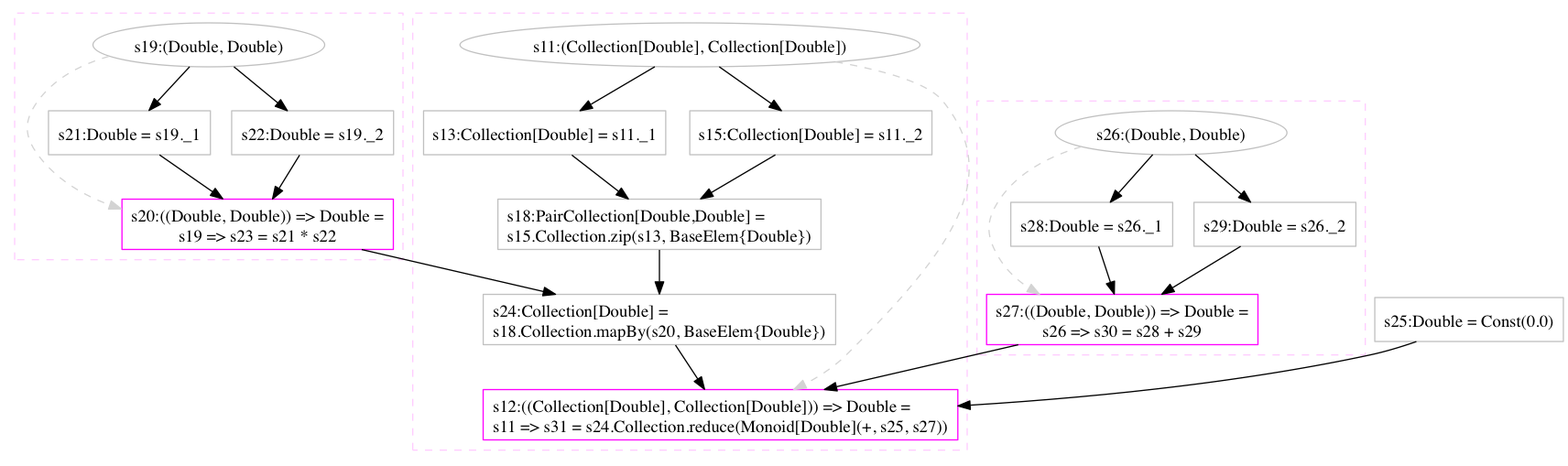
The Graphviz diagram graphs/vvm_1_enable_invoke_all.dot.png in scalan/scalan.github.io, before a commit. Its source is kept beside it as graphs/vvm_1_enable_invoke_all.dot. Its diagram source:
```dot
digraph "vvm_1_enable_invoke_all.dot" {
concentrate=true

subgraph cluster_s20 {
style=dashed; color="#FFCCFF"
"s19" [
label="s19:(Double, Double)"
color=gray
]
"s20" [
label="s20:((Double, Double)) => Double =\ls19 => s23 = s21 * s22"
shape=box,color=magenta,tooltip="s20:((Double, Double)) => Double"
]
{rank=source; s19}
"s21" [
label="s21:Double = s19._1"
shape=box,color=gray,tooltip="s21:Double"
]
"s22" [
label="s22:Double = s19._2"
shape=box,color=gray,tooltip="s22:Double"
]
{rank=sink; s20}
}
subgraph cluster_s27 {
style=dashed; color="#FFCCFF"
"s26" [
label="s26:(Double, Double)"
color=gray
]
"s27" [
label="s27:((Double, Double)) => Double =\ls26 => s30 = s28 + s29"
shape=box,color=magenta,tooltip="s27:((Double, Double)) => Double"
]
{rank=source; s26}
"s28" [
label="s28:Double = s26._1"
shape=box,color=gray,tooltip="s28:Double"
]
"s29" [
label="s29:Double = s26._2"
shape=box,color=gray,tooltip="s29:Double"
]
{rank=sink; s27}
}
"s25" [
label="s25:Double = Const(0.0)"
shape=box,color=gray,tooltip="s25:Double"
]
subgraph cluster_s12 {
style=dashed; color="#FFCCFF"
"s11" [
label="s11:(Collection[Double], Collection[Double])"
color=gray
]
"s12" [
label="s12:((Collection[Double], Collection[Double])) => Double =\ls11 => s31 = s24.Collection.reduce(Monoid[Double](+, s25, s27))"
shape=box,color=magenta,tooltip="s12:((Collection[Double], Collection[Double])) => Double"
]
{rank=source; s11}
"s15" [
label="s15:Collection[Double] = s11._2"
shape=box,color=gray,tooltip="s15:Collection[Double]"
]
"s13" [
label="s13:Collection[Double] = s11._1"
shape=box,color=gray,tooltip="s13:Collection[Double]"
]
"s18" [
label="s18:PairCollection[Double,Double] =\ls15.Collection.zip(s13, BaseElem{Double})"
shape=box,color=gray,tooltip="s18:PairCollection[Double,Double]"
]
"s24" [
label="s24:Collection[Double] =\ls18.Collection.mapBy(s20, BaseElem{Double})"
shape=box,color=gray,tooltip="s24:Collection[Double]"
]
{rank=sink; s12}
}
"s18" -> "s24" [style=solid]
"s20" -> "s24" [style=solid]
"s19" -> "s20" [style=dashed, color=lightgray, weight=0]
"s21" -> "s20" [style=solid]
"s22" -> "s20" [style=solid]
"s26" -> "s27" [style=dashed, color=lightgray, weight=0]
"s28" -> "s27" [style=solid]
"s29" -> "s27" [style=solid]
"s11" -> "s13" [style=solid]
"s11" -> "s12" [style=dashed, color=lightgray, weight=0]
"s24" -> "s12" [style=solid]
"s25" -> "s12" [style=solid]
"s27" -> "s12" [style=solid]
"s11" -> "s15" [style=solid]
"s19" -> "s21" [style=solid]
"s26" -> "s28" [style=solid]
"s15" -> "s18" [style=solid]
"s13" -> "s18" [style=solid]
"s26" -> "s29" [style=solid]
"s19" -> "s22" [style=solid]
}
```
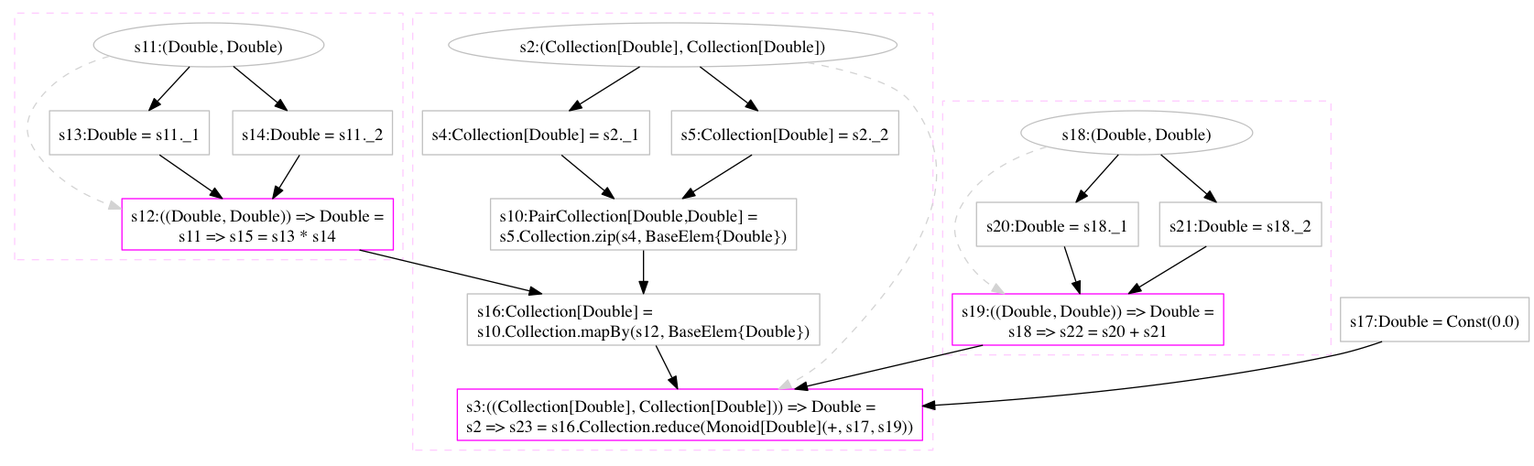
The same file after the commit.

Commit message:
example graph after method invocation

The edit, as a diff of the source:
```diff
@@ -1,99 +1,82 @@
-digraph "vvm_1_enable_invoke_all.dot" {
-concentrate=true
-
-subgraph cluster_s20 {
-style=dashed; color="#FFCCFF"
-"s19" [
-label="s19:(Double, Double)"
-color=gray
-]
-"s20" [
-label="s20:((Double, Double)) => Double =\ls19 => s23 = s21 * s22"
-shape=box,color=magenta,tooltip="s20:((Double, Double)) => Double"
-]
-{rank=source; s19}
-"s21" [
-label="s21:Double = s19._1"
-shape=box,color=gray,tooltip="s21:Double"
-]
-"s22" [
-label="s22:Double = s19._2"
-shape=box,color=gray,tooltip="s22:Double"
-]
-{rank=sink; s20}
+digraph "graph_s3_8199377588977121904.dot" {
+	graph [concentrate=true];
+	node [label="\N"];
+	graph [bb="0,0,1248,374"];
+	subgraph cluster_s12 {
+		graph [style=dashed,
+			color="#FFCCFF",
+			bb="596,164,914,366"];
+		{
+			graph [rank=source,
+				bb=""];
+			s11 [label="s11:(Double, Double)", color=gray, pos="755,340", width="2.6236", height="0.5"];
+		}
+		{
+			graph [rank=sink,
+				bb=""];
+			s12 [label="s12:((Double, Double)) => Double =\ls11 => s15 = s13 * s14", shape=box, color=magenta, tooltip="s12:((Double, Double)) => Double", pos="715,193", width="3.089", height="0.57778"];
+		}
+		s13 [label="s13:Double = s11._1", shape=box, color=gray, tooltip="s13:Double", pos="690,268", width="1.8186", height="0.5"];
+		s14 [label="s14:Double = s11._2", shape=box, color=gray, tooltip="s14:Double", pos="840,268", width="1.8186", height="0.5"];
+		s11 -> s14 [style=solid, pos="e,819.11,286.2 775.14,322.41 785.91,313.54 799.36,302.47 811.21,292.71"];
+		s11 -> s13 [style=solid, pos="e,706.04,286.28 739.27,322.05 731.4,313.58 721.73,303.17 713.04,293.82"];
+		s11 -> s12 [style=dashed, color=lightgray, weight=0, pos="e,656.65,213.64 673.65,330.73 651.05,324.25 628.91,313.08 615,294 603.48,278.2 605.11,266.87 615,250 622.72,236.83 634.79,226.53\
+ 647.91,218.56"];
+		s13 -> s12 [style=solid, pos="e,708.23,213.75 695.92,249.7 698.61,241.86 701.86,232.36 704.91,223.45"];
+		s14 -> s12 [style=solid, pos="e,748.99,213.85 810.69,249.88 794.96,240.7 775.28,229.2 757.86,219.03"];
+	}
+	subgraph cluster_s19 {
+		graph [style=dashed,
+			color="#FFCCFF",
+			bb="922,86,1240,294"];
+		{
+			graph [rank=source,
+				bb=""];
+			s18 [label="s18:(Double, Double)", color=gray, pos="1081,268", width="2.6424", height="0.5"];
+		}
+		{
+			graph [rank=sink,
+				bb=""];
+			s19 [label="s19:((Double, Double)) => Double =\ls18 => s22 = s20 + s21", shape=box, color=magenta, tooltip="s19:((Double, Double)) => Double", pos="1041,115", width="3.089", height="0.57778"];
+		}
+		s20 [label="s20:Double = s18._1", shape=box, color=gray, tooltip="s20:Double", pos="1016,193", width="1.8361", height="0.5"];
+		s21 [label="s21:Double = s18._2", shape=box, color=gray, tooltip="s21:Double", pos="1166,193", width="1.8361", height="0.5"];
+		s18 -> s20 [style=solid, pos="e,1031.2,211.09 1065.9,250.07 1057.6,240.74 1047.2,228.99 1038,218.65"];
+		s18 -> s19 [style=dashed, color=lightgray, weight=0, pos="e,973.26,135.72 1007.4,256.55 982.1,249.03 956.29,236.13 941,214 928.37,195.72 929.17,182.81 941,164 946.89,154.64 955.17,147.06\
+ 964.47,140.94"];
+		s20 -> s19 [style=solid, pos="e,1034.5,135.86 1021.7,174.75 1024.5,166.08 1028.1,155.33 1031.3,145.41"];
+		s21 -> s19 [style=solid, pos="e,1073.4,135.68 1137.9,174.94 1121.5,164.94 1100.4,152.12 1082.1,140.99"];
+		s18 -> s21 [style=solid, pos="e,1146.1,211.09 1100.7,250.07 1111.9,240.46 1126.1,228.29 1138.4,217.74"];
+	}
+	subgraph cluster_s3 {
+		graph [style=dashed,
+			color="#FFCCFF",
+			bb="162,8,588,366"];
+		{
+			graph [rank=source,
+				bb=""];
+			s2 [label="s2:(Collection[Double], Collection[Double])", color=gray, pos="375,340", width="5.0937", height="0.5"];
+		}
+		{
+			graph [rank=sink,
+				bb=""];
+			s3 [label="s3:((Collection[Double], Collection[Double])) => Double =\ls2 => s23 = s16.Collection.reduce(Monoid[Double](+, s17, s19))", shape=box, color=magenta, tooltip="s3:((Collection[Double], Collection[Double])) => Double", pos="389,37", width="5.2915", height="0.57778"];
+		}
+		s5 [label="s5:Collection[Double] = s2._2", shape=box, color=gray, tooltip="s5:Collection[Double]", pos="283,268", width="2.5836", height="0.5"];
+		s4 [label="s4:Collection[Double] = s2._1", shape=box, color=gray, tooltip="s4:Collection[Double]", pos="487,268", width="2.5836", height="0.5"];
+		s10 [label="s10:PairCollection[Double,Double] =\ls5.Collection.zip(s4, BaseElem{Double})", shape=box, color=gray, tooltip="s10:PairCollection[Double,Double]", pos="412,193", width="3.4796", height="0.57778"];
+		s16 [label="s16:Collection[Double] =\ls10.Collection.mapBy(s12, BaseElem{Double})", shape=box, color=gray, tooltip="s16:Collection[Double]", pos="412,115", width="4.0028", height="0.57778"];
+		s5 -> s10 [style=solid, pos="e,376.92,213.85 313.24,249.88 329.48,240.7 349.79,229.2 367.77,219.03"];
+		s4 -> s10 [style=solid, pos="e,432.3,213.75 469.23,249.7 460.39,241.1 449.51,230.51 439.62,220.88"];
+		s2 -> s4 [style=solid, pos="e,459.75,286.03 402.11,322.05 416.86,312.84 435.29,301.32 451.21,291.37"];
+		s2 -> s3 [style=dashed, color=lightgray, weight=0, pos="e,306.25,57.665 264.98,325.53 227.62,318.53 192.4,308.35 181,294 168.83,278.69 176.69,269.08 181,250 185.44,230.32 244.1,99.61 259\
+,86 269.9,76.045 283.03,68.105 296.72,61.786"];
+		s16 -> s3 [style=solid, pos="e,395,57.835 405.96,94.032 403.5,85.916 400.61,76.371 397.92,67.481"];
+		s2 -> s5 [style=solid, pos="e,305.38,286.03 352.73,322.05 340.95,313.09 326.31,301.96 313.5,292.2"];
+		s10 -> s16 [style=solid, pos="e,412,135.83 412,172.03 412,164.09 412,154.78 412,146.06"];
+	}
+	s17 [label="s17:Double = Const(0.0)", shape=box, color=gray, tooltip="s17:Double", pos="77,115", width="2.1455", height="0.5"];
+	s17 -> s3 [style=solid, pos="e,280.2,57.629 122.94,96.977 134.31,93.082 146.52,89.162 158,86 194.1,76.055 233.87,67.092 270.08,59.678"];
+	s19 -> s3 [style=solid, pos="e,557.44,57.635 929.66,101.02 830.35,89.446 683.2,72.293 567.48,58.804"];
+	s12 -> s16 [style=solid, pos="e,490.36,135.65 636.58,172.33 594.85,161.86 543.4,148.96 500.28,138.14"];
 }
-subgraph cluster_s27 {
-style=dashed; color="#FFCCFF"
-"s26" [
-label="s26:(Double, Double)"
-color=gray
-]
-"s27" [
-label="s27:((Double, Double)) => Double =\ls26 => s30 = s28 + s29"
-shape=box,color=magenta,tooltip="s27:((Double, Double)) => Double"
-]
-{rank=source; s26}
-"s28" [
-label="s28:Double = s26._1"
-shape=box,color=gray,tooltip="s28:Double"
-]
-"s29" [
-label="s29:Double = s26._2"
-shape=box,color=gray,tooltip="s29:Double"
-]
-{rank=sink; s27}
-}
-"s25" [
-label="s25:Double = Const(0.0)"
-shape=box,color=gray,tooltip="s25:Double"
-]
-subgraph cluster_s12 {
-style=dashed; color="#FFCCFF"
-"s11" [
-label="s11:(Collection[Double], Collection[Double])"
-color=gray
-]
-"s12" [
-label="s12:((Collection[Double], Collection[Double])) => Double =\ls11 => s31 = s24.Collection.reduce(Monoid[Double](+, s25, s27))"
-shape=box,color=magenta,tooltip="s12:((Collection[Double], Collection[Double])) => Double"
-]
-{rank=source; s11}
-"s15" [
-label="s15:Collection[Double] = s11._2"
-shape=box,color=gray,tooltip="s15:Collection[Double]"
-]
-"s13" [
-label="s13:Collection[Double] = s11._1"
-shape=box,color=gray,tooltip="s13:Collection[Double]"
-]
-"s18" [
-label="s18:PairCollection[Double,Double] =\ls15.Collection.zip(s13, BaseElem{Double})"
-shape=box,color=gray,tooltip="s18:PairCollection[Double,Double]"
-]
-"s24" [
-label="s24:Collection[Double] =\ls18.Collection.mapBy(s20, BaseElem{Double})"
-shape=box,color=gray,tooltip="s24:Collection[Double]"
-]
-{rank=sink; s12}
-}
-"s18" -> "s24" [style=solid]
-"s20" -> "s24" [style=solid]
-"s19" -> "s20" [style=dashed, color=lightgray, weight=0]
-"s21" -> "s20" [style=solid]
-"s22" -> "s20" [style=solid]
-"s26" -> "s27" [style=dashed, color=lightgray, weight=0]
-"s28" -> "s27" [style=solid]
-"s29" -> "s27" [style=solid]
-"s11" -> "s13" [style=solid]
-"s11" -> "s12" [style=dashed, color=lightgray, weight=0]
-"s24" -> "s12" [style=solid]
-"s25" -> "s12" [style=solid]
-"s27" -> "s12" [style=solid]
-"s11" -> "s15" [style=solid]
-"s19" -> "s21" [style=solid]
-"s26" -> "s28" [style=solid]
-"s15" -> "s18" [style=solid]
-"s13" -> "s18" [style=solid]
-"s26" -> "s29" [style=solid]
-"s19" -> "s22" [style=solid]
-}
```
